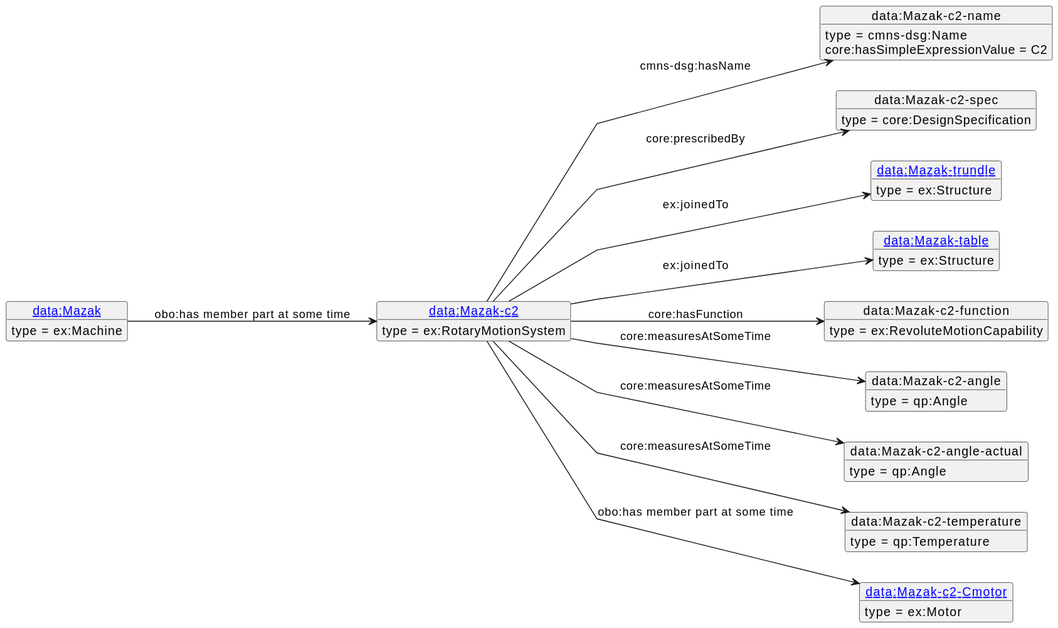
Above: diagrams/Mazak-c2.svg in iofoundry/example-syseng-mtconnect (PlantUML), before the change. The source it was exported from:
```plantuml
@startuml
skinparam linetype polyline
left to right direction
object "[[./Mazak-c2.html data:Mazak-c2]]" as o1 {
 type = ex:RotaryMotionSystem
 }
object "data:Mazak-c2-name" as o2 {
 type = cmns-dsg:Name
 }
object "data:Mazak-c2-spec" as o3 {
 type = core:DesignSpecification
 }
object "[[./Mazak-trundle.html data:Mazak-trundle]]" as o4 {
 type = ex:Structure
 }
object "[[./Mazak-table.html data:Mazak-table]]" as o5 {
 type = ex:Structure
 }
object "data:Mazak-c2-function" as o6 {
 type = ex:RevoluteMotionCapability
 }
object "data:Mazak-c2-angle" as o7 {
 type = qp:Angle
 }
object "data:Mazak-c2-angle-actual" as o8 {
 type = qp:Angle
 }
object "data:Mazak-c2-temperature" as o9 {
 type = qp:Temperature
 }
object "[[./Mazak-c2-Cmotor.html data:Mazak-c2-Cmotor]]" as o10 {
 type = ex:Motor
 }
object "[[./Mazak.html data:Mazak]]" as o11 {
 type = ex:Machine
 }
o1 --> o2 : cmns-dsg:hasName
o2 : core:hasSimpleExpressionValue = C2
o1 --> o3 : core:prescribedBy
o1 --> o4 : ex:joinedTo
o1 --> o5 : ex:joinedTo
o1 --> o6 : core:hasFunction
o1 --> o7 : core:measuresAtSomeTime
o1 --> o8 : core:measuresAtSomeTime
o1 --> o9 : core:measuresAtSomeTime
o1 --> o10 : obo:has member part at some time
o11 --> o1 : obo:has member part at some time
@enduml
```
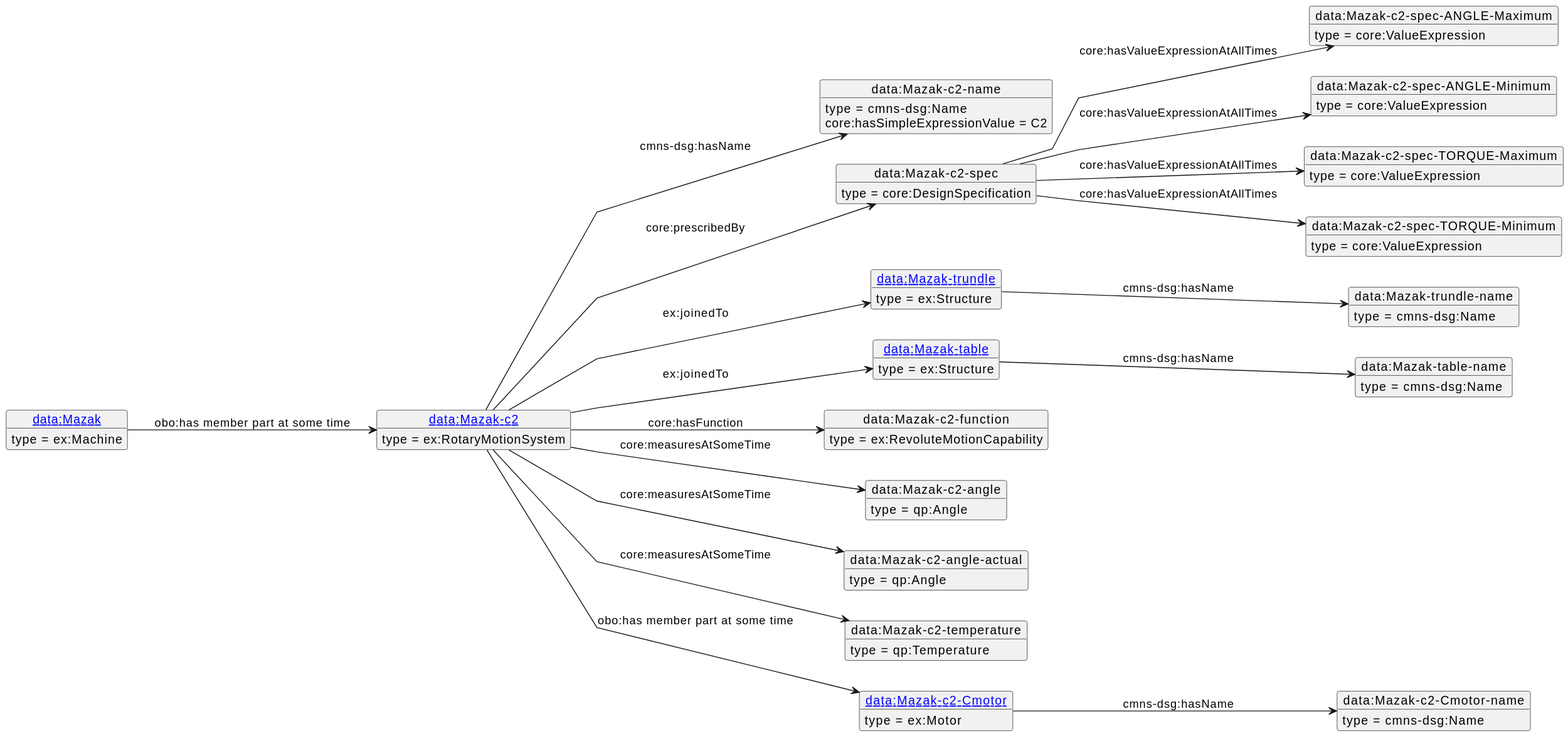
Later version of the same file.

Change to the diagram source:
```diff
@@ -10,39 +10,67 @@
 object "data:Mazak-c2-spec" as o3 {
  type = core:DesignSpecification
  }
-object "[[./Mazak-trundle.html data:Mazak-trundle]]" as o4 {
+object "data:Mazak-c2-spec-ANGLE-Maximum" as o4 {
+ type = core:ValueExpression
+ }
+object "data:Mazak-c2-spec-ANGLE-Minimum" as o5 {
+ type = core:ValueExpression
+ }
+object "data:Mazak-c2-spec-TORQUE-Maximum" as o6 {
+ type = core:ValueExpression
+ }
+object "data:Mazak-c2-spec-TORQUE-Minimum" as o7 {
+ type = core:ValueExpression
+ }
+object "[[./Mazak-trundle.html data:Mazak-trundle]]" as o8 {
  type = ex:Structure
  }
-object "[[./Mazak-table.html data:Mazak-table]]" as o5 {
+object "data:Mazak-trundle-name" as o9 {
+ type = cmns-dsg:Name
+ }
+object "[[./Mazak-table.html data:Mazak-table]]" as o10 {
  type = ex:Structure
  }
-object "data:Mazak-c2-function" as o6 {
+object "data:Mazak-table-name" as o11 {
+ type = cmns-dsg:Name
+ }
+object "data:Mazak-c2-function" as o12 {
  type = ex:RevoluteMotionCapability
  }
-object "data:Mazak-c2-angle" as o7 {
+object "data:Mazak-c2-angle" as o13 {
  type = qp:Angle
  }
-object "data:Mazak-c2-angle-actual" as o8 {
+object "data:Mazak-c2-angle-actual" as o14 {
  type = qp:Angle
  }
-object "data:Mazak-c2-temperature" as o9 {
+object "data:Mazak-c2-temperature" as o15 {
  type = qp:Temperature
  }
-object "[[./Mazak-c2-Cmotor.html data:Mazak-c2-Cmotor]]" as o10 {
+object "[[./Mazak-c2-Cmotor.html data:Mazak-c2-Cmotor]]" as o16 {
  type = ex:Motor
  }
-object "[[./Mazak.html data:Mazak]]" as o11 {
+object "data:Mazak-c2-Cmotor-name" as o17 {
+ type = cmns-dsg:Name
+ }
+object "[[./Mazak.html data:Mazak]]" as o18 {
  type = ex:Machine
  }
 o1 --> o2 : cmns-dsg:hasName
 o2 : core:hasSimpleExpressionValue = C2
 o1 --> o3 : core:prescribedBy
-o1 --> o4 : ex:joinedTo
-o1 --> o5 : ex:joinedTo
-o1 --> o6 : core:hasFunction
-o1 --> o7 : core:measuresAtSomeTime
-o1 --> o8 : core:measuresAtSomeTime
-o1 --> o9 : core:measuresAtSomeTime
-o1 --> o10 : obo:has member part at some time
-o11 --> o1 : obo:has member part at some time
+o3 --> o4 : core:hasValueExpressionAtAllTimes
+o3 --> o5 : core:hasValueExpressionAtAllTimes
+o3 --> o6 : core:hasValueExpressionAtAllTimes
+o3 --> o7 : core:hasValueExpressionAtAllTimes
+o1 --> o8 : ex:joinedTo
+o8 --> o9 : cmns-dsg:hasName
+o1 --> o10 : ex:joinedTo
+o10 --> o11 : cmns-dsg:hasName
+o1 --> o12 : core:hasFunction
+o1 --> o13 : core:measuresAtSomeTime
+o1 --> o14 : core:measuresAtSomeTime
+o1 --> o15 : core:measuresAtSomeTime
+o1 --> o16 : obo:has member part at some time
+o16 --> o17 : cmns-dsg:hasName
+o18 --> o1 : obo:has member part at some time
 @enduml
```
